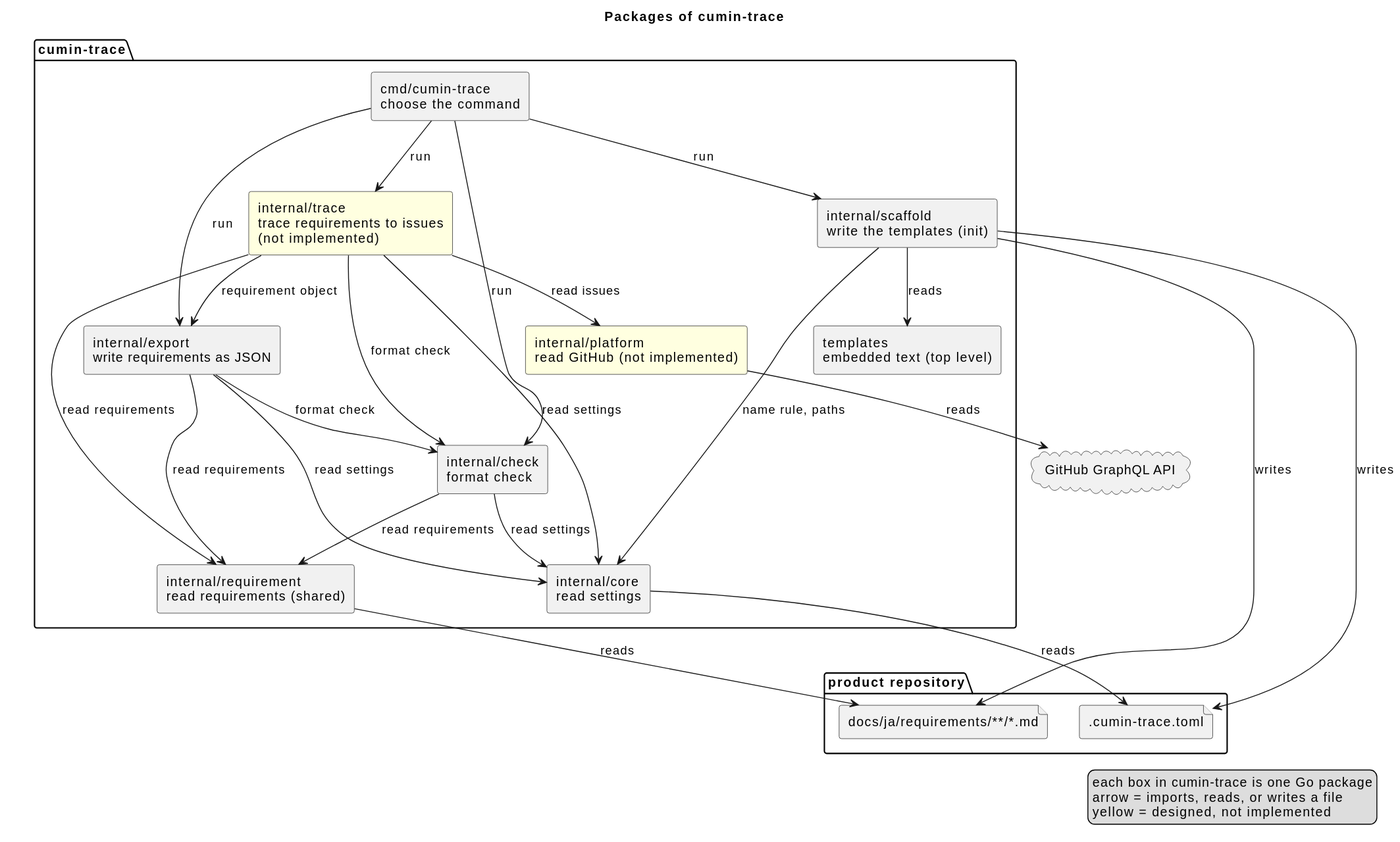
The PlantUML diagram docs/ja/architecture/overview.svg in cloveclovedev/cumin-trace, before a commit.
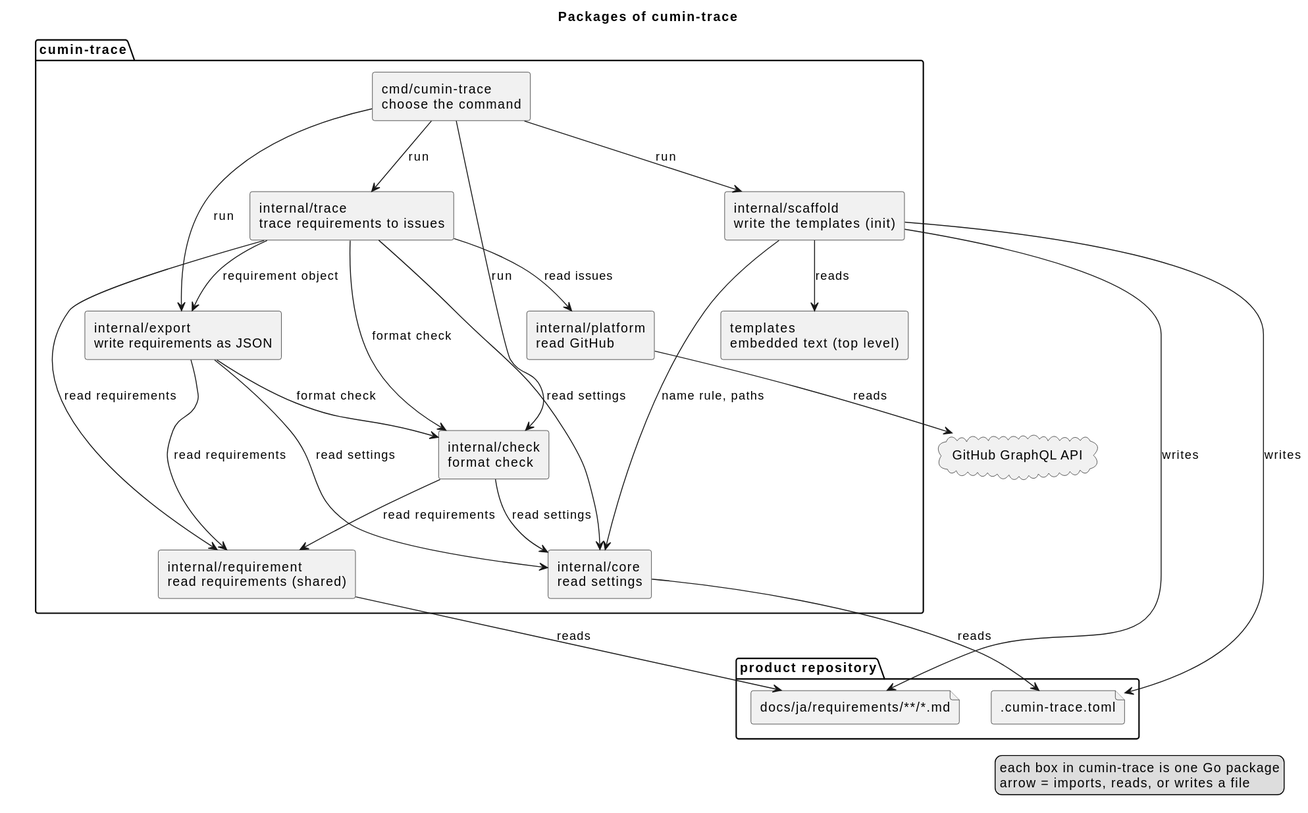
Above is the later version.

Commit message:
docs(architecture): mark internal/trace and internal/platform as implemented

Diff of the diagram source:
```diff
@@ -16,8 +16,8 @@
   [internal/export\nwrite requirements as JSON] as export
   [internal/scaffold\nwrite the templates (init)] as scaffold
   [templates\nembedded text (top level)] as templates
-  [internal/trace\ntrace requirements to issues\n(not implemented)] as trace #LightYellow
-  [internal/platform\nread GitHub (not implemented)] as platform #LightYellow
+  [internal/trace\ntrace requirements to issues] as trace
+  [internal/platform\nread GitHub] as platform
 }
 
 cloud "GitHub GraphQL API" as api
@@ -47,6 +47,5 @@
 legend right
   each box in cumin-trace is one Go package
   arrow = imports, reads, or writes a file
-  yellow = designed, not implemented
 endlegend
 @enduml
```
